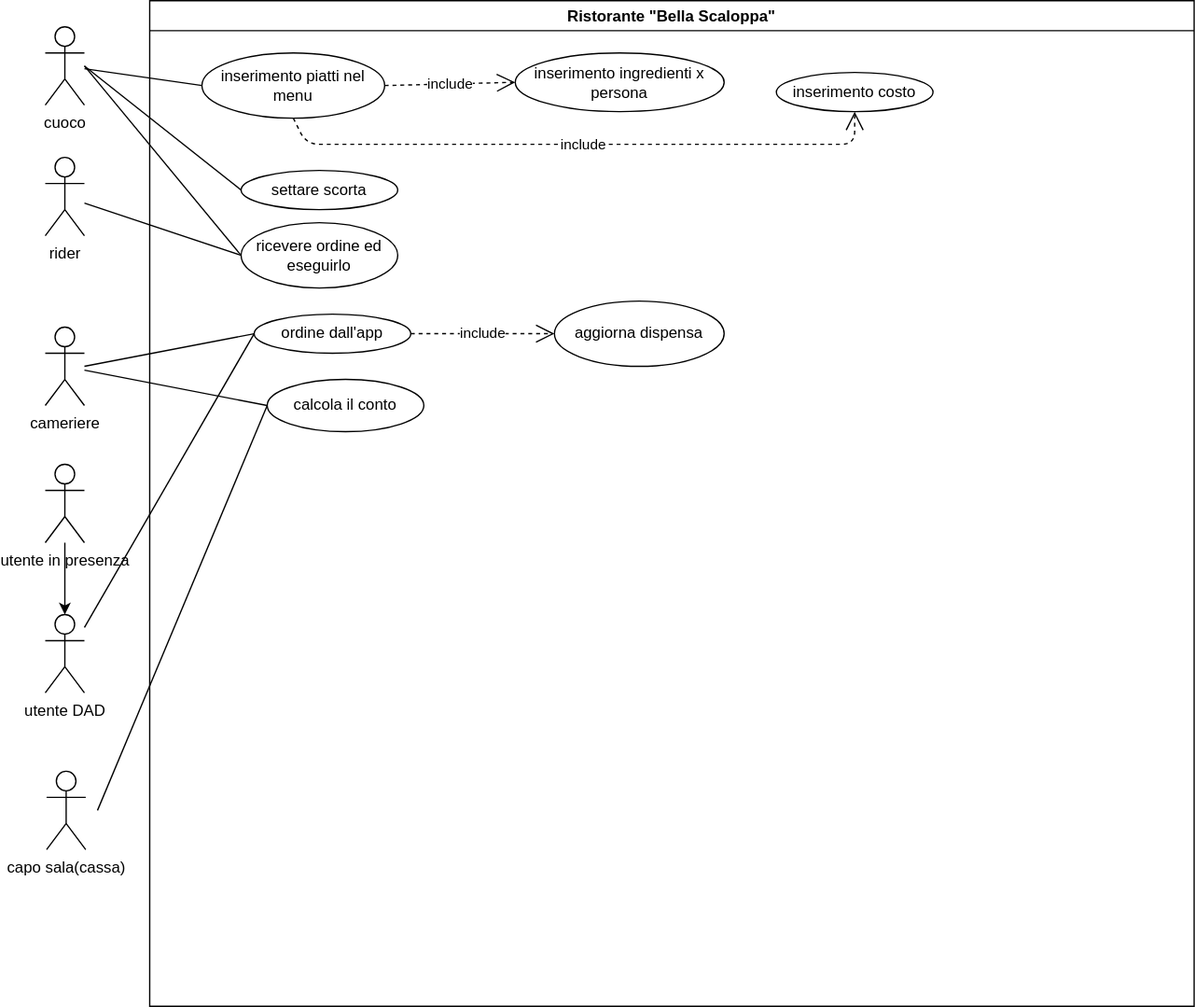
Earlier version of the draw.io export ExamUseCaseDiagram.svg (Santeenee/ExamProject). Source tidied: cells renumbered, new cells last; positions are measured from the earlier drawing's top-left corner, leaving out a move shared by most shapes.
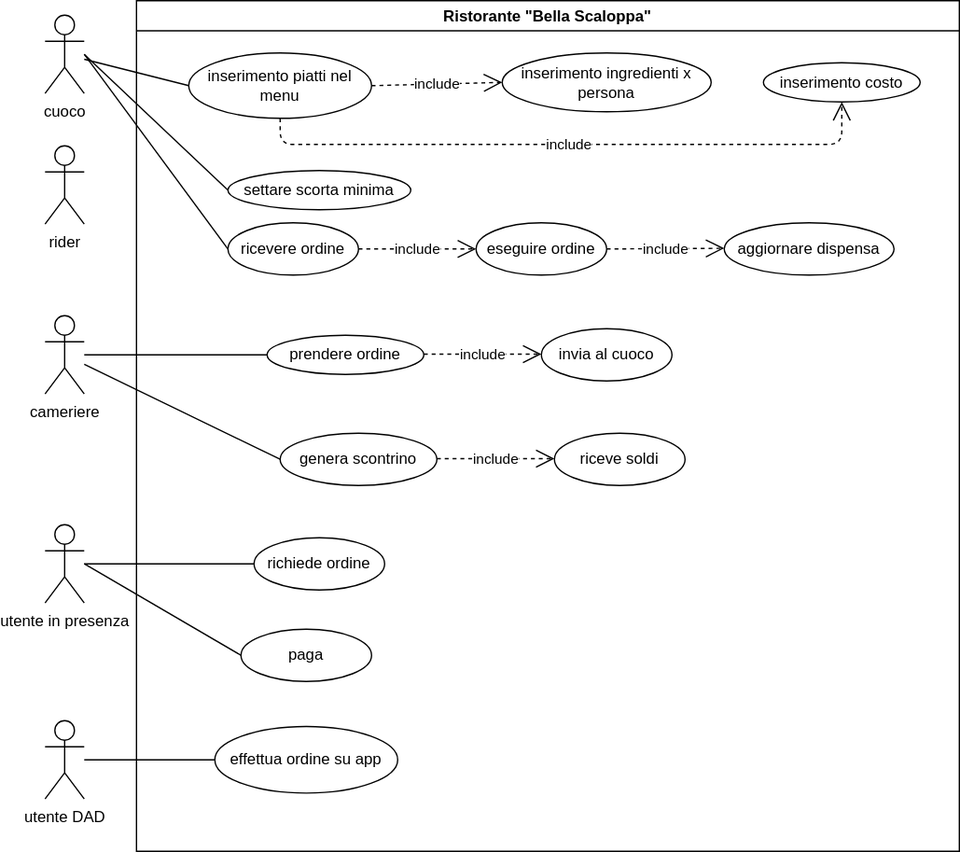
The same diagram one commit later.

Diff of the diagram source:
```diff
@@ -9,31 +9,28 @@
       <mxGeometry y="250" width="30" height="60" as="geometry" />
     </mxCell>
     <mxCell id="4" value="utente DAD" style="shape=umlActor;verticalLabelPosition=bottom;verticalAlign=top;html=1;outlineConnect=0;" parent="1" vertex="1">
-      <mxGeometry y="470" width="30" height="60" as="geometry" />
+      <mxGeometry y="560" width="30" height="60" as="geometry" />
     </mxCell>
     <mxCell id="5" value="rider" style="shape=umlActor;verticalLabelPosition=bottom;verticalAlign=top;html=1;outlineConnect=0;" parent="1" vertex="1">
       <mxGeometry y="120" width="30" height="60" as="geometry" />
     </mxCell>
-    <mxCell id="6" value="capo sala(cassa)" style="shape=umlActor;verticalLabelPosition=bottom;verticalAlign=top;html=1;" parent="1" vertex="1">
-      <mxGeometry x="1" y="590" width="30" height="60" as="geometry" />
-    </mxCell>
     <mxCell id="7" value="Ristorante &quot;Bella Scaloppa&quot;" style="swimlane;" parent="1" vertex="1">
-      <mxGeometry x="80" width="800" height="770" as="geometry" />
+      <mxGeometry x="70" y="9" width="630" height="651" as="geometry" />
     </mxCell>
     <mxCell id="8" value="inserimento ingredienti x persona" style="ellipse;whiteSpace=wrap;html=1;" parent="7" vertex="1">
       <mxGeometry x="280" y="40" width="160" height="45" as="geometry" />
     </mxCell>
     <mxCell id="9" value="inserimento costo" style="ellipse;whiteSpace=wrap;html=1;" parent="7" vertex="1">
-      <mxGeometry x="480" y="55" width="120" height="30" as="geometry" />
+      <mxGeometry x="480" y="47.5" width="120" height="30" as="geometry" />
     </mxCell>
-    <mxCell id="10" value="aggiorna dispensa" style="ellipse;whiteSpace=wrap;html=1;" parent="7" vertex="1">
-      <mxGeometry x="310" y="230" width="130" height="50" as="geometry" />
+    <mxCell id="10" value="eseguire ordine" style="ellipse;whiteSpace=wrap;html=1;" parent="7" vertex="1">
+      <mxGeometry x="260" y="170" width="100" height="40" as="geometry" />
     </mxCell>
-    <mxCell id="11" value="ordine dall'app" style="ellipse;whiteSpace=wrap;html=1;" parent="7" vertex="1">
-      <mxGeometry x="80" y="240" width="120" height="30" as="geometry" />
+    <mxCell id="11" value="prendere ordine" style="ellipse;whiteSpace=wrap;html=1;" parent="7" vertex="1">
+      <mxGeometry x="100" y="256" width="120" height="30" as="geometry" />
     </mxCell>
-    <mxCell id="12" value="calcola il conto" style="ellipse;whiteSpace=wrap;html=1;" parent="7" vertex="1">
-      <mxGeometry x="90" y="290" width="120" height="40" as="geometry" />
+    <mxCell id="12" value="genera scontrino" style="ellipse;whiteSpace=wrap;html=1;" parent="7" vertex="1">
+      <mxGeometry x="110" y="331" width="120" height="40" as="geometry" />
     </mxCell>
     <mxCell id="13" value="inserimento piatti nel menu" style="ellipse;whiteSpace=wrap;html=1;" parent="7" vertex="1">
       <mxGeometry x="40" y="40" width="140" height="50" as="geometry" />
@@ -44,36 +41,73 @@
     <mxCell id="15" value="include" style="endArrow=open;endSize=12;dashed=1;html=1;entryX=0.5;entryY=1;entryDx=0;entryDy=0;exitX=0.5;exitY=1;exitDx=0;exitDy=0;" parent="7" edge="1" source="13" target="9">
       <mxGeometry relative="1" as="geometry">
         <Array as="points">
-          <mxPoint x="120" y="110" />
+          <mxPoint x="110" y="110" />
           <mxPoint x="540" y="110" />
         </Array>
       </mxGeometry>
     </mxCell>
-    <mxCell id="16" value="settare scorta" style="ellipse;whiteSpace=wrap;html=1;" parent="7" vertex="1">
-      <mxGeometry x="70" y="130" width="120" height="30" as="geometry" />
+    <mxCell id="16" value="settare scorta minima" style="ellipse;whiteSpace=wrap;html=1;" parent="7" vertex="1">
+      <mxGeometry x="70" y="130" width="140" height="30" as="geometry" />
     </mxCell>
-    <mxCell id="17" value="include" style="endArrow=open;endSize=12;dashed=1;html=1;exitX=1;exitY=0.5;exitDx=0;exitDy=0;entryX=0;entryY=0.5;entryDx=0;entryDy=0;" parent="7" edge="1" source="11" target="10">
+    <mxCell id="17" value="include" style="endArrow=open;endSize=12;dashed=1;html=1;exitX=1;exitY=0.5;exitDx=0;exitDy=0;entryX=0;entryY=0.5;entryDx=0;entryDy=0;" parent="7" edge="1" source="18" target="10">
       <mxGeometry relative="1" as="geometry" />
     </mxCell>
-    <mxCell id="18" value="ricevere ordine ed eseguirlo" style="ellipse;whiteSpace=wrap;html=1;" parent="7" vertex="1">
-      <mxGeometry x="70" y="170" width="120" height="50" as="geometry" />
+    <mxCell id="18" value="ricevere ordine" style="ellipse;whiteSpace=wrap;html=1;" parent="7" vertex="1">
+      <mxGeometry x="70" y="170" width="100" height="40" as="geometry" />
     </mxCell>
+    <mxCell id="29" value="include" style="endArrow=open;endSize=12;dashed=1;html=1;exitX=1;exitY=0.5;exitDx=0;exitDy=0;entryX=0;entryY=0.5;entryDx=0;entryDy=0;" parent="7" edge="1" source="10">
+      <mxGeometry relative="1" as="geometry">
+        <mxPoint x="450" y="189.5" as="targetPoint" />
+      </mxGeometry>
+    </mxCell>
+    <mxCell id="30" value="aggiornare dispensa" style="ellipse;whiteSpace=wrap;html=1;" parent="7" vertex="1">
+      <mxGeometry x="450" y="170" width="130" height="40" as="geometry" />
+    </mxCell>
+    <mxCell id="31" value="include" style="endArrow=open;endSize=12;dashed=1;html=1;exitX=1;exitY=0.5;exitDx=0;exitDy=0;entryX=0;entryY=0.5;entryDx=0;entryDy=0;" parent="7" edge="1">
+      <mxGeometry relative="1" as="geometry">
+        <mxPoint x="220" y="270.5" as="sourcePoint" />
+        <mxPoint x="310" y="270.5" as="targetPoint" />
+      </mxGeometry>
+    </mxCell>
+    <mxCell id="32" value="invia al cuoco" style="ellipse;whiteSpace=wrap;html=1;" parent="7" vertex="1">
+      <mxGeometry x="310" y="251" width="100" height="40" as="geometry" />
+    </mxCell>
+    <mxCell id="33" value="include" style="endArrow=open;endSize=12;dashed=1;html=1;exitX=1;exitY=0.5;exitDx=0;exitDy=0;entryX=0;entryY=0.5;entryDx=0;entryDy=0;" parent="7" edge="1">
+      <mxGeometry relative="1" as="geometry">
+        <mxPoint x="230" y="350.5" as="sourcePoint" />
+        <mxPoint x="320" y="350.5" as="targetPoint" />
+      </mxGeometry>
+    </mxCell>
+    <mxCell id="34" value="riceve soldi" style="ellipse;whiteSpace=wrap;html=1;" parent="7" vertex="1">
+      <mxGeometry x="320" y="331" width="100" height="40" as="geometry" />
+    </mxCell>
+    <mxCell id="35" style="endArrow=none;html=1;" parent="7" edge="1">
+      <mxGeometry relative="1" as="geometry">
+        <mxPoint x="-40" y="431" as="sourcePoint" />
+        <mxPoint x="90" y="431" as="targetPoint" />
+      </mxGeometry>
+    </mxCell>
+    <mxCell id="36" value="richiede ordine" style="ellipse;whiteSpace=wrap;html=1;" parent="7" vertex="1">
+      <mxGeometry x="90" y="411" width="100" height="40" as="geometry" />
+    </mxCell>
+    <mxCell id="37" value="paga" style="ellipse;whiteSpace=wrap;html=1;" parent="7" vertex="1">
+      <mxGeometry x="80" y="481" width="100" height="40" as="geometry" />
+    </mxCell>
+    <mxCell id="38" style="endArrow=none;html=1;" parent="7" edge="1">
+      <mxGeometry relative="1" as="geometry">
+        <mxPoint x="-40" y="431" as="sourcePoint" />
+        <mxPoint x="80" y="501" as="targetPoint" />
+      </mxGeometry>
+    </mxCell>
+    <mxCell id="39" value="effettua ordine su app" style="ellipse;whiteSpace=wrap;html=1;" parent="7" vertex="1">
+      <mxGeometry x="60" y="555.5" width="140" height="51" as="geometry" />
+    </mxCell>
     <mxCell id="19" style="endArrow=none;html=1;entryX=0;entryY=0.5;entryDx=0;entryDy=0;" parent="1" edge="1" source="2" target="13">
       <mxGeometry relative="1" as="geometry" />
     </mxCell>
-    <mxCell id="20" style="endArrow=none;html=1;entryX=0;entryY=0.5;entryDx=0;entryDy=0;" parent="1" edge="1" target="12">
-      <mxGeometry relative="1" as="geometry">
-        <mxPoint x="40" y="620" as="sourcePoint" />
-      </mxGeometry>
-    </mxCell>
     <mxCell id="21" style="endArrow=none;html=1;entryX=0;entryY=0.5;entryDx=0;entryDy=0;" parent="1" edge="1" source="3" target="12">
       <mxGeometry relative="1" as="geometry" />
     </mxCell>
-    <mxCell id="22" style="endArrow=none;html=1;entryX=0;entryY=0.5;entryDx=0;entryDy=0;" parent="1" edge="1" target="11">
-      <mxGeometry relative="1" as="geometry">
-        <mxPoint x="30" y="480" as="sourcePoint" />
-      </mxGeometry>
-    </mxCell>
     <mxCell id="23" style="endArrow=none;html=1;entryX=0;entryY=0.5;entryDx=0;entryDy=0;" parent="1" edge="1" target="11">
       <mxGeometry relative="1" as="geometry">
         <mxPoint x="30" y="280" as="sourcePoint" />
@@ -84,19 +118,16 @@
         <mxPoint x="30" y="50" as="sourcePoint" />
       </mxGeometry>
     </mxCell>
-    <mxCell id="25" style="edgeStyle=orthogonalEdgeStyle;rounded=0;jettySize=auto;html=1;" parent="1" edge="1" source="26" target="4">
-      <mxGeometry relative="1" as="geometry" />
-    </mxCell>
     <mxCell id="26" value="utente in presenza" style="shape=umlActor;verticalLabelPosition=bottom;verticalAlign=top;html=1;outlineConnect=0;" parent="1" vertex="1">
-      <mxGeometry y="355" width="30" height="60" as="geometry" />
+      <mxGeometry y="410" width="30" height="60" as="geometry" />
     </mxCell>
-    <mxCell id="27" style="endArrow=none;html=1;entryX=0;entryY=0.5;entryDx=0;entryDy=0;" parent="1" edge="1" source="5" target="18">
-      <mxGeometry relative="1" as="geometry" />
-    </mxCell>
     <mxCell id="28" style="endArrow=none;html=1;entryX=0;entryY=0.5;entryDx=0;entryDy=0;" parent="1" edge="1" target="18">
       <mxGeometry relative="1" as="geometry">
         <mxPoint x="30" y="50" as="sourcePoint" />
       </mxGeometry>
     </mxCell>
+    <mxCell id="40" style="endArrow=none;html=1;entryX=0;entryY=0.5;entryDx=0;entryDy=0;" parent="1" edge="1" source="4" target="39">
+      <mxGeometry relative="1" as="geometry" />
+    </mxCell>
   </root>
 </mxGraphModel>
```
